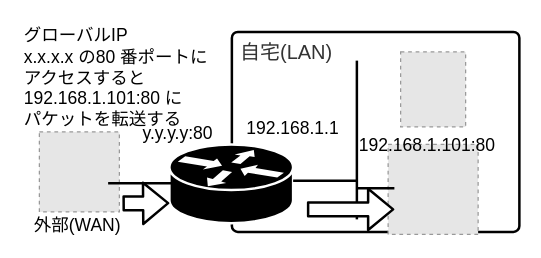
This is images/chap05/0062_HomServerPortForward.drawio from a6s-cloud/grouscope-books, a draw.io file, before an edit. Source tidied: cells renumbered, new cells numbered last; positions are measured from the earlier drawing's top-left corner, leaving out a move shared by most shapes. Both pictures are drawn from the tidied source at 125%, with x=0, y=0 at pixel (21, 21). Pictures stored in the file or linked from it are replaced by grey dashed boxes.
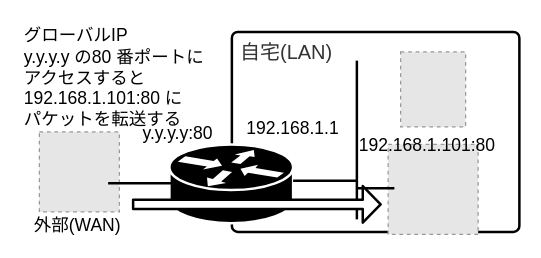
The same diagram, later.

Unchanged cells that the change refers to:
```xml
<mxCell id="12" style="fillColor=#E6E6E6;strokeColor=#999999;dashed=1;html=1;verticalAlign=top;verticalLabelPosition=bottom;labelBackgroundColor=#ffffff;" parent="1" vertex="1">
  <mxGeometry x="14" y="88" width="64" height="64" as="geometry" />
</mxCell>
```

Change to the diagram source:
```diff
@@
-    <mxCell id="13" value="&lt;font style=&quot;font-size: 14px&quot;&gt;グローバルIP&lt;br&gt;x.x.x.x の80 番ポートに&lt;br&gt;アクセスすると&lt;br&gt;192.168.1.101:80 に&lt;br&gt;パケットを転送する&lt;br&gt;&lt;/font&gt;" style="text;html=1;align=left;verticalAlign=top;spacingTop=-4;" parent="1" vertex="1">
+    <mxCell id="13" value="&lt;font style=&quot;font-size: 14px&quot;&gt;グローバルIP&lt;br&gt;y.y.y.y の80 番ポートに&lt;br&gt;アクセスすると&lt;br&gt;192.168.1.101:80 に&lt;br&gt;パケットを転送する&lt;br&gt;&lt;/font&gt;" style="text;html=1;align=left;verticalAlign=top;spacingTop=-4;" parent="1" vertex="1">
       <mxGeometry width="160" height="80" as="geometry" />
     </mxCell>
@@
-    <mxCell id="16" style="shape=flexArrow;endArrow=classic;html=1;strokeWidth=2;exitX=1.038;exitY=0.895;exitDx=0;exitDy=0;exitPerimeter=0;" parent="1" edge="1" source="12">
+    <mxCell id="16" style="shape=flexArrow;endArrow=classic;html=1;strokeWidth=2;width=6.285714285714286;endSize=4.097142857142857;fillColor=#ffffff;" parent="1" edge="1">
       <mxGeometry relative="1" as="geometry">
-        <mxPoint x="118" y="145" as="targetPoint" />
+        <mxPoint x="88" y="146" as="sourcePoint" />
+        <mxPoint x="288" y="146" as="targetPoint" />
       </mxGeometry>
     </mxCell>
-    <mxCell id="17" style="shape=flexArrow;endArrow=classic;html=1;strokeWidth=2;fillColor=#ffffff;" parent="1" edge="1">
-      <mxGeometry relative="1" as="geometry">
-        <mxPoint x="228" y="150" as="sourcePoint" />
-        <mxPoint x="298" y="150" as="targetPoint" />
-      </mxGeometry>
-    </mxCell>
```
